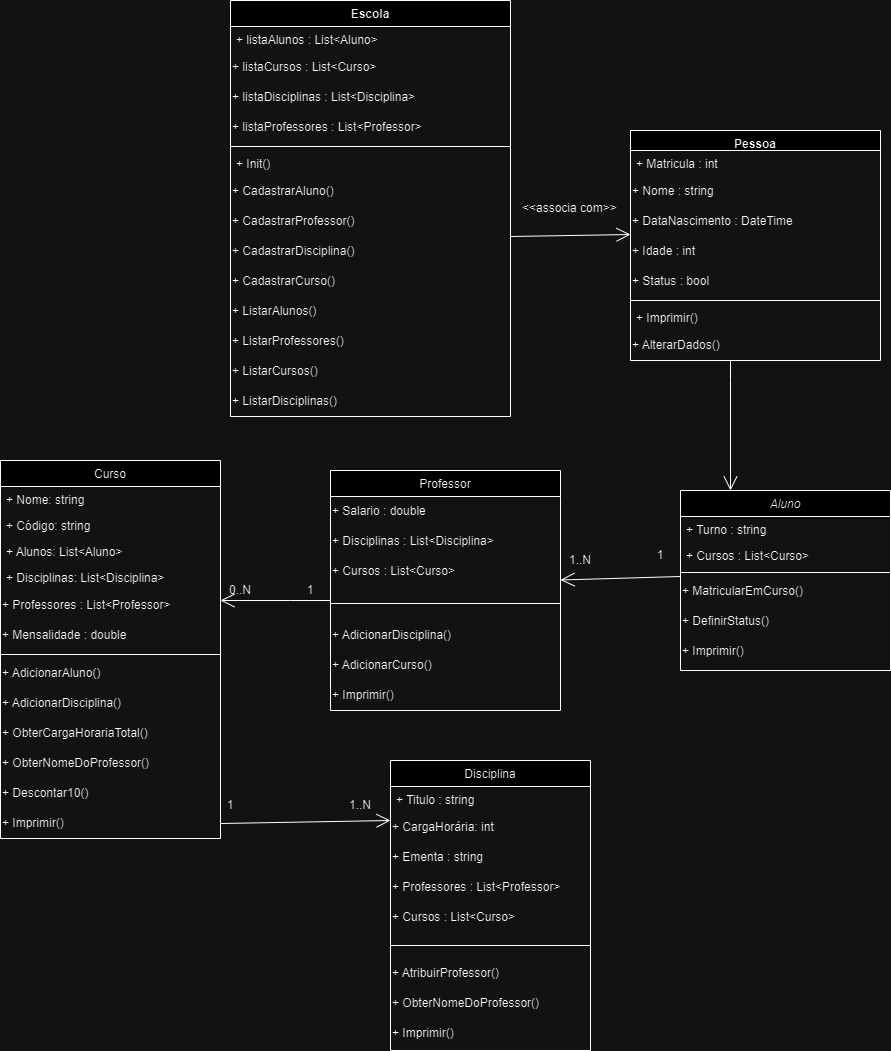
harumimayu/teste-repositorio-primeiro keeps this draw.io diagram as Diagrama.Escola.drawio.png. Above is the earlier version. Source tidied: cells renumbered, new cells last; positions are measured from the earlier drawing's top-left corner, leaving out a move shared by most shapes.
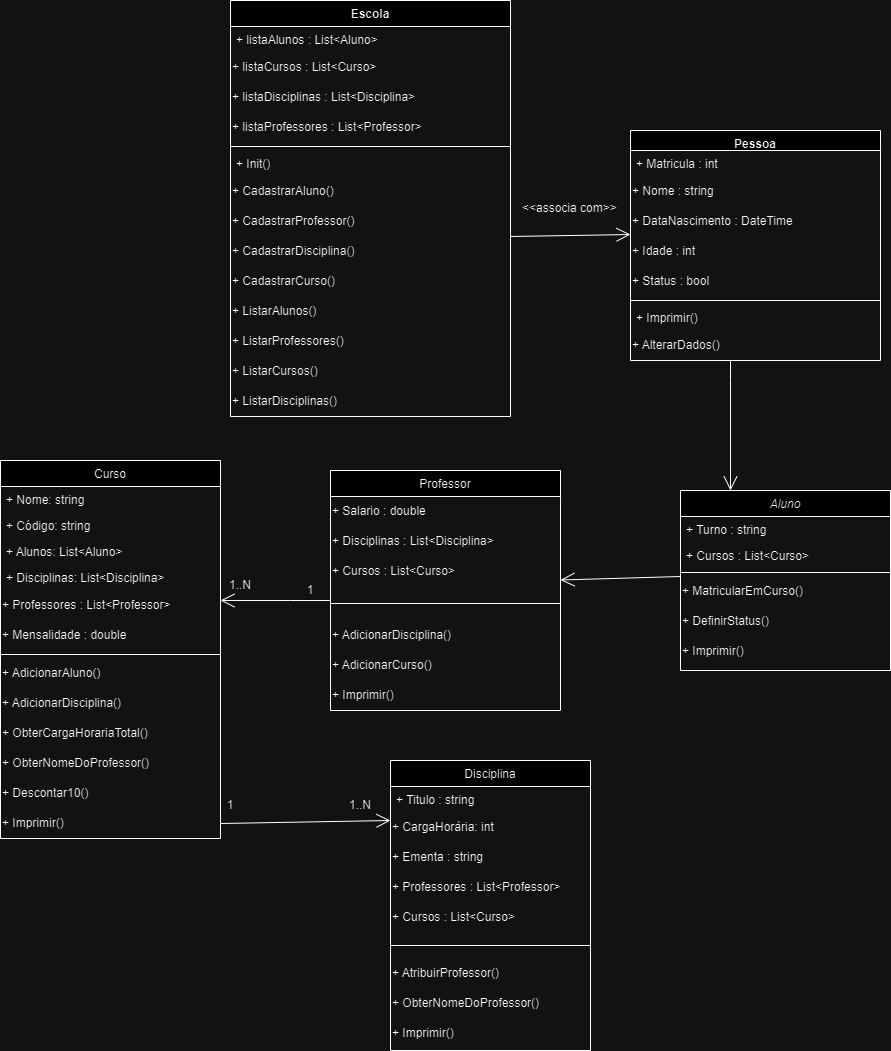
Later version of the same file.

Diff of the diagram source:
```diff
@@ -230,20 +230,14 @@
     <mxCell id="71" value="1" style="text;strokeColor=none;align=center;fillColor=none;html=1;verticalAlign=middle;whiteSpace=wrap;rounded=0;" parent="1" vertex="1">
       <mxGeometry x="280" y="575" width="60" height="30" as="geometry" />
     </mxCell>
-    <mxCell id="72" value="0..N" style="text;strokeColor=none;align=center;fillColor=none;html=1;verticalAlign=middle;whiteSpace=wrap;rounded=0;" parent="1" vertex="1">
-      <mxGeometry x="210" y="575" width="60" height="30" as="geometry" />
-    </mxCell>
     <mxCell id="73" value="1" style="text;strokeColor=none;align=center;fillColor=none;html=1;verticalAlign=middle;whiteSpace=wrap;rounded=0;" parent="1" vertex="1">
       <mxGeometry x="200" y="790" width="60" height="30" as="geometry" />
     </mxCell>
     <mxCell id="74" value="1..N" style="text;strokeColor=none;align=center;fillColor=none;html=1;verticalAlign=middle;whiteSpace=wrap;rounded=0;" parent="1" vertex="1">
       <mxGeometry x="330" y="790" width="60" height="30" as="geometry" />
     </mxCell>
-    <mxCell id="75" value="1" style="text;strokeColor=none;align=center;fillColor=none;html=1;verticalAlign=middle;whiteSpace=wrap;rounded=0;" parent="1" vertex="1">
-      <mxGeometry x="630" y="540" width="60" height="30" as="geometry" />
-    </mxCell>
     <mxCell id="76" value="1..N" style="text;strokeColor=none;align=center;fillColor=none;html=1;verticalAlign=middle;whiteSpace=wrap;rounded=0;" parent="1" vertex="1">
-      <mxGeometry x="550" y="545" width="60" height="30" as="geometry" />
+      <mxGeometry x="210" y="570" width="60" height="30" as="geometry" />
     </mxCell>
   </root>
 </mxGraphModel>
```
